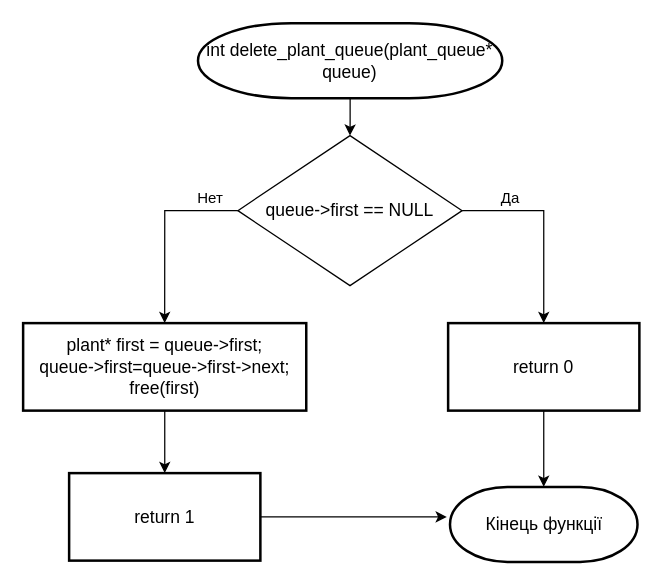
Earlier version of the draw.io diagram page "Страница 2" (4 of 16) of diagram/garden.drawio (Act1on04/CourseWork). Source tidied: cells renumbered, new cells numbered last; positions are measured from the earlier drawing's top-left corner, leaving out a move shared by most shapes. Both pictures are drawn from the tidied source at 125%, with x=0, y=0 at pixel (22, 22).
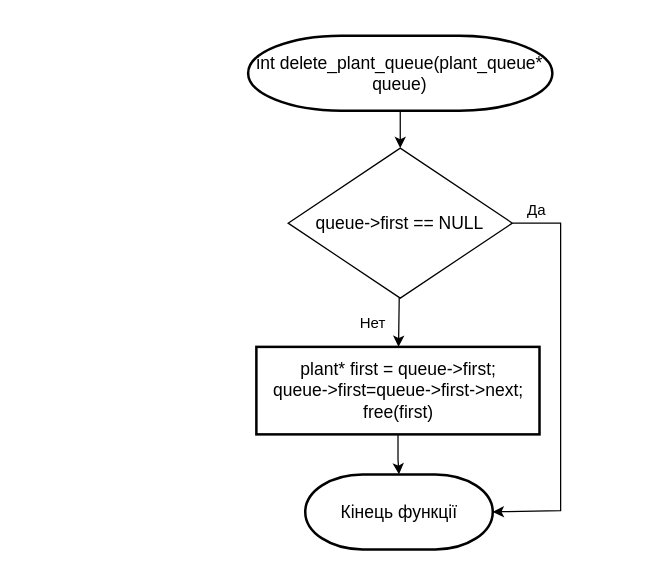
The same diagram, later.

What changed in the source:
```diff
@@
 <mxGraphModel>
   <root>
     <mxCell id="0" />
     <mxCell id="1" parent="0" />
     <mxCell id="2" style="edgeStyle=orthogonalEdgeStyle;rounded=0;jettySize=auto;html=1;" parent="1" edge="1" source="3" target="7">
       <mxGeometry relative="1" as="geometry" />
     </mxCell>
     <mxCell id="3" value="&lt;font style=&quot;font-size: 14px&quot;&gt;int delete_plant_queue(plant_queue* queue)&lt;/font&gt;" style="strokeWidth=2;html=1;shape=mxgraph.flowchart.terminator;whiteSpace=wrap;" parent="1" vertex="1">
-      <mxGeometry x="139.9" width="243.4" height="60" as="geometry" />
+      <mxGeometry x="180" y="10" width="243.4" height="60" as="geometry" />
     </mxCell>
     <mxCell id="4" value="&lt;font style=&quot;font-size: 14px&quot;&gt;Кінець функції&lt;/font&gt;" style="strokeWidth=2;html=1;shape=mxgraph.flowchart.terminator;whiteSpace=wrap;" parent="1" vertex="1">
-      <mxGeometry x="341.5" y="371" width="150" height="60" as="geometry" />
+      <mxGeometry x="225.7" y="361" width="150" height="60" as="geometry" />
     </mxCell>
-    <mxCell id="5" style="edgeStyle=orthogonalEdgeStyle;rounded=0;jettySize=auto;html=1;entryX=0.5;entryY=0;entryDx=0;entryDy=0;" parent="1" edge="1" source="7" target="9">
-      <mxGeometry relative="1" as="geometry">
-        <Array as="points">
-          <mxPoint x="113" y="150" />
-        </Array>
-      </mxGeometry>
+    <mxCell id="5" style="edgeStyle=none;html=1;" parent="1" edge="1" source="7" target="9">
+      <mxGeometry relative="1" as="geometry" />
     </mxCell>
-    <mxCell id="6" style="edgeStyle=orthogonalEdgeStyle;rounded=0;jettySize=auto;html=1;exitX=1;exitY=0.5;exitDx=0;exitDy=0;entryX=0.5;entryY=0;entryDx=0;entryDy=0;" parent="1" edge="1" source="7" target="13">
-      <mxGeometry relative="1" as="geometry" />
-    </mxCell>
+    <mxCell id="16" style="edgeStyle=orthogonalEdgeStyle;rounded=0;jettySize=auto;html=1;entryX=1;entryY=0.5;entryDx=0;entryDy=0;entryPerimeter=0;" parent="1" edge="1" source="7" target="4">
+      <mxGeometry relative="1" as="geometry">
+        <Array as="points">
+          <mxPoint x="430" y="160" />
+          <mxPoint x="430" y="390" />
+        </Array>
+      </mxGeometry>
+    </mxCell>
     <mxCell id="7" value="&lt;font style=&quot;font-size: 14px&quot;&gt;queue-&amp;gt;first == NULL&lt;/font&gt;" style="rhombus;whiteSpace=wrap;html=1;" parent="1" vertex="1">
-      <mxGeometry x="171.8" y="90" width="179.4" height="120" as="geometry" />
+      <mxGeometry x="212" y="100" width="179.4" height="120" as="geometry" />
     </mxCell>
-    <mxCell id="8" style="edgeStyle=orthogonalEdgeStyle;rounded=0;jettySize=auto;html=1;" parent="1" edge="1" source="9" target="15">
-      <mxGeometry relative="1" as="geometry" />
-    </mxCell>
+    <mxCell id="17" style="edgeStyle=orthogonalEdgeStyle;rounded=0;jettySize=auto;html=1;" parent="1" edge="1" source="9" target="4">
+      <mxGeometry relative="1" as="geometry" />
+    </mxCell>
     <mxCell id="9" value="&lt;div&gt;&lt;span style=&quot;font-size: 14px&quot;&gt;plant* first = queue-&amp;gt;first;&lt;/span&gt;&lt;/div&gt;&lt;div&gt;&lt;span style=&quot;font-size: 14px&quot;&gt;queue-&amp;gt;first=queue-&amp;gt;first-&amp;gt;next;&lt;/span&gt;&lt;/div&gt;&lt;div&gt;&lt;span style=&quot;font-size: 14px&quot;&gt;free(first)&lt;/span&gt;&lt;br&gt;&lt;/div&gt;" style="whiteSpace=wrap;html=1;strokeWidth=2;align=center;" parent="1" vertex="1">
-      <mxGeometry y="240" width="226.5" height="70" as="geometry" />
+      <mxGeometry x="186.6" y="259" width="226.5" height="70" as="geometry" />
     </mxCell>
     <mxCell id="10" value="Да" style="text;html=1;strokeColor=none;fillColor=none;align=center;verticalAlign=middle;whiteSpace=wrap;rounded=0;" parent="1" vertex="1">
-      <mxGeometry x="370" y="130" width="40" height="20" as="geometry" />
+      <mxGeometry x="391.4" y="140" width="40" height="20" as="geometry" />
     </mxCell>
     <mxCell id="11" value="Нет" style="text;html=1;strokeColor=none;fillColor=none;align=center;verticalAlign=middle;whiteSpace=wrap;rounded=0;" parent="1" vertex="1">
-      <mxGeometry x="130" y="130" width="40" height="20" as="geometry" />
+      <mxGeometry x="260.1" y="230" width="40" height="20" as="geometry" />
     </mxCell>
-    <mxCell id="12" style="edgeStyle=orthogonalEdgeStyle;rounded=0;jettySize=auto;html=1;" parent="1" edge="1" source="13" target="4">
-      <mxGeometry relative="1" as="geometry" />
-    </mxCell>
-    <mxCell id="13" value="&lt;div&gt;&lt;span style=&quot;font-size: 14px&quot;&gt;return 0&lt;/span&gt;&lt;br&gt;&lt;/div&gt;" style="whiteSpace=wrap;html=1;strokeWidth=2;align=center;" parent="1" vertex="1">
-      <mxGeometry x="340" y="240" width="153" height="70" as="geometry" />
-    </mxCell>
-    <mxCell id="14" style="edgeStyle=orthogonalEdgeStyle;rounded=0;jettySize=auto;html=1;entryX=-0.017;entryY=0.4;entryDx=0;entryDy=0;entryPerimeter=0;" parent="1" edge="1" source="15" target="4">
-      <mxGeometry relative="1" as="geometry" />
-    </mxCell>
-    <mxCell id="15" value="&lt;div&gt;&lt;span style=&quot;font-size: 14px&quot;&gt;return 1&lt;/span&gt;&lt;br&gt;&lt;/div&gt;" style="whiteSpace=wrap;html=1;strokeWidth=2;align=center;" parent="1" vertex="1">
-      <mxGeometry x="36.8" y="360" width="153" height="70" as="geometry" />
-    </mxCell>
   </root>
 </mxGraphModel>
```
